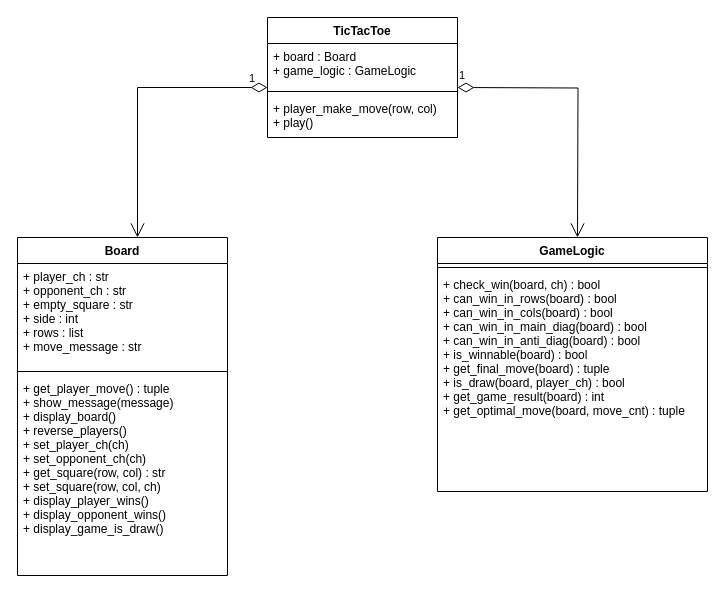
The draw.io diagram Doc/Class_Diagram.drawio in dimitarnn/PythonTicTacToe, before the edit. Source tidied: cells renumbered, new cells numbered last; positions are measured from the earlier drawing's top-left corner, leaving out a move shared by most shapes. Both pictures are drawn from the tidied source at 100%, with x=0, y=0 at pixel (17, 17).
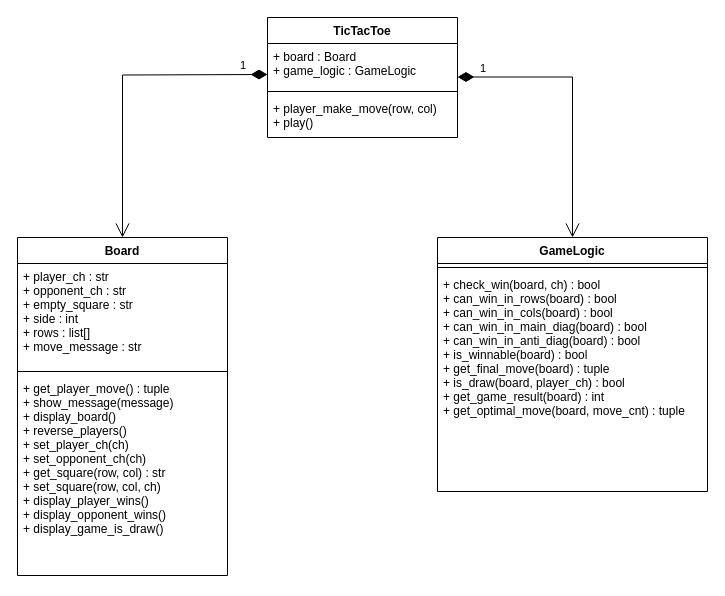
The same diagram, later.

What changed in the source:
```diff
@@
 <mxGraphModel>
   <root>
     <mxCell id="0" />
     <mxCell id="1" parent="0" />
     <mxCell id="2" value="Board" style="swimlane;fontStyle=1;align=center;verticalAlign=top;horizontal=1;startSize=26;" parent="1" vertex="1">
       <mxGeometry y="220" width="210" height="338" as="geometry" />
     </mxCell>
-    <mxCell id="3" value="+ player_ch : str&#10;+ opponent_ch : str&#10;+ empty_square : str&#10;+ side : int&#10;+ rows : list&#10;+ move_message : str" style="text;strokeColor=none;fillColor=none;align=left;verticalAlign=top;spacingLeft=4;spacingRight=4;overflow=hidden;" parent="2" vertex="1">
+    <mxCell id="3" value="+ player_ch : str&#10;+ opponent_ch : str&#10;+ empty_square : str&#10;+ side : int&#10;+ rows : list[]&#10;+ move_message : str" style="text;strokeColor=none;fillColor=none;align=left;verticalAlign=top;spacingLeft=4;spacingRight=4;overflow=hidden;" parent="2" vertex="1">
       <mxGeometry y="26" width="210" height="104" as="geometry" />
     </mxCell>
     <mxCell id="4" style="line;strokeWidth=1;fillColor=none;align=left;verticalAlign=middle;spacingTop=-1;spacingLeft=3;spacingRight=3;labelPosition=right;" parent="2" vertex="1">
       <mxGeometry y="130" width="210" height="8" as="geometry" />
     </mxCell>
     <mxCell id="5" value="+ get_player_move() : tuple&#10;+ show_message(message)&#10;+ display_board()&#10;+ reverse_players()&#10;+ set_player_ch(ch)&#10;+ set_opponent_ch(ch)&#10;+ get_square(row, col) : str&#10;+ set_square(row, col, ch)&#10;+ display_player_wins()&#10;+ display_opponent_wins()&#10;+ display_game_is_draw()" style="text;strokeColor=none;fillColor=none;align=left;verticalAlign=top;spacingLeft=4;spacingRight=4;overflow=hidden;" parent="2" vertex="1">
       <mxGeometry y="138" width="210" height="200" as="geometry" />
     </mxCell>
     <mxCell id="6" value="GameLogic" style="swimlane;fontStyle=1;align=center;verticalAlign=top;horizontal=1;startSize=26;" parent="1" vertex="1">
       <mxGeometry x="420" y="220" width="270" height="254" as="geometry" />
     </mxCell>
     <mxCell id="7" style="line;strokeWidth=1;fillColor=none;align=left;verticalAlign=middle;spacingTop=-1;spacingLeft=3;spacingRight=3;labelPosition=right;" parent="6" vertex="1">
       <mxGeometry y="26" width="270" height="8" as="geometry" />
     </mxCell>
     <mxCell id="8" value="+ check_win(board, ch) : bool&#10;+ can_win_in_rows(board) : bool&#10;+ can_win_in_cols(board) : bool&#10;+ can_win_in_main_diag(board) : bool&#10;+ can_win_in_anti_diag(board) : bool&#10;+ is_winnable(board) : bool&#10;+ get_final_move(board) : tuple&#10;+ is_draw(board, player_ch) : bool&#10;+ get_game_result(board) : int&#10;+ get_optimal_move(board, move_cnt) : tuple" style="text;strokeColor=none;fillColor=none;align=left;verticalAlign=top;spacingLeft=4;spacingRight=4;overflow=hidden;" parent="6" vertex="1">
       <mxGeometry y="34" width="270" height="220" as="geometry" />
     </mxCell>
     <mxCell id="9" value="TicTacToe" style="swimlane;fontStyle=1;align=center;verticalAlign=top;horizontal=1;startSize=26;" parent="1" vertex="1">
       <mxGeometry x="250" width="190" height="120" as="geometry" />
     </mxCell>
     <mxCell id="10" value="+ board : Board&#10;+ game_logic : GameLogic" style="text;strokeColor=none;fillColor=none;align=left;verticalAlign=top;spacingLeft=4;spacingRight=4;overflow=hidden;" parent="9" vertex="1">
       <mxGeometry y="26" width="190" height="44" as="geometry" />
     </mxCell>
     <mxCell id="11" style="line;strokeWidth=1;fillColor=none;align=left;verticalAlign=middle;spacingTop=-1;spacingLeft=3;spacingRight=3;labelPosition=right;" parent="9" vertex="1">
       <mxGeometry y="70" width="190" height="8" as="geometry" />
     </mxCell>
     <mxCell id="12" value="+ player_make_move(row, col)&#10;+ play()" style="text;strokeColor=none;fillColor=none;align=left;verticalAlign=top;spacingLeft=4;spacingRight=4;overflow=hidden;" parent="9" vertex="1">
       <mxGeometry y="78" width="190" height="42" as="geometry" />
     </mxCell>
-    <mxCell id="13" value="1" style="endArrow=open;html=1;endSize=12;startArrow=diamondThin;startSize=14;startFill=0;edgeStyle=orthogonalEdgeStyle;align=left;verticalAlign=bottom;rounded=0;" parent="1" edge="1">
-      <mxGeometry x="-0.86" relative="1" as="geometry">
-        <mxPoint x="250" y="70" as="sourcePoint" />
-        <mxPoint x="120" y="220" as="targetPoint" />
-        <Array as="points">
-          <mxPoint x="120" y="70" />
-        </Array>
-      </mxGeometry>
-    </mxCell>
-    <mxCell id="14" value="1" style="endArrow=open;html=1;endSize=12;startArrow=diamondThin;startSize=14;startFill=0;edgeStyle=orthogonalEdgeStyle;align=left;verticalAlign=bottom;rounded=0;" parent="1" edge="1">
-      <mxGeometry x="-1" y="3" relative="1" as="geometry">
-        <mxPoint x="440" y="70" as="sourcePoint" />
-        <mxPoint x="560" y="220" as="targetPoint" />
-      </mxGeometry>
-    </mxCell>
+    <mxCell id="15" value="1" style="endArrow=open;html=1;endSize=12;startArrow=diamondThin;startSize=14;startFill=1;edgeStyle=orthogonalEdgeStyle;align=left;verticalAlign=bottom;rounded=0;entryX=0.5;entryY=0;entryDx=0;entryDy=0;" parent="1" edge="1" target="6">
+      <mxGeometry x="-0.85" relative="1" as="geometry">
+        <mxPoint x="440" y="59.5" as="sourcePoint" />
+        <Array as="points">
+          <mxPoint x="555" y="60" />
+        </Array>
+      </mxGeometry>
+    </mxCell>
+    <mxCell id="16" value="1" style="endArrow=open;html=1;endSize=12;startArrow=diamondThin;startSize=14;startFill=1;edgeStyle=orthogonalEdgeStyle;align=left;verticalAlign=bottom;rounded=0;entryX=0.5;entryY=0;entryDx=0;entryDy=0;" parent="1" edge="1" target="2">
+      <mxGeometry x="-0.81" relative="1" as="geometry">
+        <mxPoint x="250" y="57" as="sourcePoint" />
+      </mxGeometry>
+    </mxCell>
   </root>
 </mxGraphModel>
```
